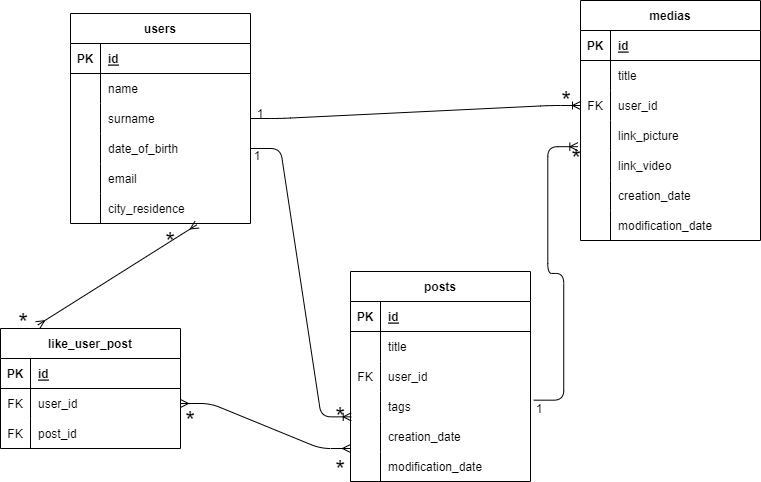
danieledisco/social-platform keeps this draw.io diagram as schema.png. Above is the earlier version. Source tidied: cells renumbered, new cells last; positions are measured from the earlier drawing's top-left corner, leaving out a move shared by most shapes.
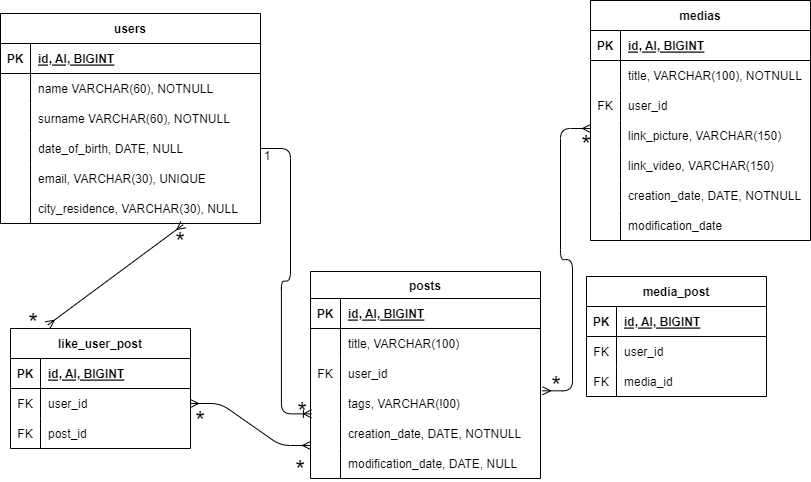
After the commit.

Diff of the diagram source:
```diff
@@ -5,6 +5,6 @@
     <mxCell id="2" value="users" style="shape=table;startSize=30;rowLines=0;fontStyle=1;align=center;" parent="1" vertex="1">
-      <mxGeometry x="70" y="13" width="180" height="210" as="geometry" />
+      <mxGeometry x="-10" y="13" width="260" height="210" as="geometry" />
     </mxCell>
     <mxCell id="3" style="shape=tableRow;horizontal=0;startSize=0;swimlaneHead=0;swimlaneBody=0;fillColor=none;top=0;left=0;right=0;bottom=1;" parent="2" vertex="1">
-      <mxGeometry y="30" width="180" height="30" as="geometry" />
+      <mxGeometry y="30" width="260" height="30" as="geometry" />
     </mxCell>
@@ -13,7 +13,7 @@
     </mxCell>
-    <mxCell id="5" value="id" style="shape=partialRectangle;fillColor=none;top=0;left=0;bottom=0;right=0;align=left;spacingLeft=6;fontStyle=5;overflow=hidden;" parent="3" vertex="1">
-      <mxGeometry x="30" width="150" height="30" as="geometry" />
+    <mxCell id="5" value="id, AI, BIGINT" style="shape=partialRectangle;fillColor=none;top=0;left=0;bottom=0;right=0;align=left;spacingLeft=6;fontStyle=5;overflow=hidden;" parent="3" vertex="1">
+      <mxGeometry x="30" width="230" height="30" as="geometry" />
     </mxCell>
     <mxCell id="6" style="shape=tableRow;horizontal=0;startSize=0;swimlaneHead=0;swimlaneBody=0;fillColor=none;top=0;left=0;right=0;bottom=0;" parent="2" vertex="1">
-      <mxGeometry y="60" width="180" height="30" as="geometry" />
+      <mxGeometry y="60" width="260" height="30" as="geometry" />
     </mxCell>
@@ -22,7 +22,7 @@
     </mxCell>
-    <mxCell id="8" value="name" style="shape=partialRectangle;fillColor=none;top=0;left=0;bottom=0;right=0;align=left;spacingLeft=6;overflow=hidden;" parent="6" vertex="1">
-      <mxGeometry x="30" width="150" height="30" as="geometry" />
+    <mxCell id="8" value="name VARCHAR(60), NOTNULL" style="shape=partialRectangle;fillColor=none;top=0;left=0;bottom=0;right=0;align=left;spacingLeft=6;overflow=hidden;" parent="6" vertex="1">
+      <mxGeometry x="30" width="230" height="30" as="geometry" />
     </mxCell>
     <mxCell id="9" style="shape=tableRow;horizontal=0;startSize=0;swimlaneHead=0;swimlaneBody=0;fillColor=none;points=[[0,0.5],[1,0.5]];portConstraint=eastwest;top=0;left=0;right=0;bottom=0;" parent="2" vertex="1">
-      <mxGeometry y="90" width="180" height="30" as="geometry" />
+      <mxGeometry y="90" width="260" height="30" as="geometry" />
     </mxCell>
@@ -31,7 +31,7 @@
     </mxCell>
-    <mxCell id="11" value="surname" style="shape=partialRectangle;fillColor=none;top=0;left=0;bottom=0;right=0;align=left;spacingLeft=6;overflow=hidden;" parent="9" vertex="1">
-      <mxGeometry x="30" width="150" height="30" as="geometry" />
+    <mxCell id="11" value="surname VARCHAR(60), NOTNULL" style="shape=partialRectangle;fillColor=none;top=0;left=0;bottom=0;right=0;align=left;spacingLeft=6;overflow=hidden;" parent="9" vertex="1">
+      <mxGeometry x="30" width="230" height="30" as="geometry" />
     </mxCell>
     <mxCell id="12" style="shape=tableRow;horizontal=0;startSize=0;swimlaneHead=0;swimlaneBody=0;fillColor=none;points=[[0,0.5],[1,0.5]];portConstraint=eastwest;top=0;left=0;right=0;bottom=0;" parent="2" vertex="1">
-      <mxGeometry y="120" width="180" height="30" as="geometry" />
+      <mxGeometry y="120" width="260" height="30" as="geometry" />
     </mxCell>
@@ -40,7 +40,7 @@
     </mxCell>
-    <mxCell id="14" value="date_of_birth" style="shape=partialRectangle;fillColor=none;top=0;left=0;bottom=0;right=0;align=left;spacingLeft=6;overflow=hidden;" parent="12" vertex="1">
-      <mxGeometry x="30" width="150" height="30" as="geometry" />
+    <mxCell id="14" value="date_of_birth, DATE, NULL" style="shape=partialRectangle;fillColor=none;top=0;left=0;bottom=0;right=0;align=left;spacingLeft=6;overflow=hidden;" parent="12" vertex="1">
+      <mxGeometry x="30" width="230" height="30" as="geometry" />
     </mxCell>
     <mxCell id="15" style="shape=tableRow;horizontal=0;startSize=0;swimlaneHead=0;swimlaneBody=0;fillColor=none;top=0;left=0;right=0;bottom=0;" parent="2" vertex="1">
-      <mxGeometry y="150" width="180" height="30" as="geometry" />
+      <mxGeometry y="150" width="260" height="30" as="geometry" />
     </mxCell>
@@ -49,7 +49,7 @@
     </mxCell>
-    <mxCell id="17" value="email" style="shape=partialRectangle;fillColor=none;top=0;left=0;bottom=0;right=0;align=left;spacingLeft=6;overflow=hidden;" parent="15" vertex="1">
-      <mxGeometry x="30" width="150" height="30" as="geometry" />
+    <mxCell id="17" value="email, VARCHAR(30), UNIQUE" style="shape=partialRectangle;fillColor=none;top=0;left=0;bottom=0;right=0;align=left;spacingLeft=6;overflow=hidden;" parent="15" vertex="1">
+      <mxGeometry x="30" width="230" height="30" as="geometry" />
     </mxCell>
     <mxCell id="18" style="shape=tableRow;horizontal=0;startSize=0;swimlaneHead=0;swimlaneBody=0;fillColor=none;points=[[0,0.5],[1,0.5]];portConstraint=eastwest;top=0;left=0;right=0;bottom=0;" parent="2" vertex="1">
-      <mxGeometry y="180" width="180" height="30" as="geometry" />
+      <mxGeometry y="180" width="260" height="30" as="geometry" />
     </mxCell>
@@ -58,10 +58,10 @@
     </mxCell>
-    <mxCell id="20" value="city_residence" style="shape=partialRectangle;fillColor=none;top=0;left=0;bottom=0;right=0;align=left;spacingLeft=6;overflow=hidden;" parent="18" vertex="1">
-      <mxGeometry x="30" width="150" height="30" as="geometry" />
+    <mxCell id="20" value="city_residence, VARCHAR(30), NULL" style="shape=partialRectangle;fillColor=none;top=0;left=0;bottom=0;right=0;align=left;spacingLeft=6;overflow=hidden;" parent="18" vertex="1">
+      <mxGeometry x="30" width="230" height="30" as="geometry" />
     </mxCell>
-    <mxCell id="21" value="posts" style="shape=table;startSize=30;rowLines=0;fontStyle=1;align=center;" parent="1" vertex="1">
-      <mxGeometry x="350" y="271" width="180" height="210" as="geometry" />
+    <mxCell id="21" value="posts" style="shape=table;startSize=27;rowLines=0;fontStyle=1;align=center;" parent="1" vertex="1">
+      <mxGeometry x="300" y="271" width="230" height="207" as="geometry" />
     </mxCell>
     <mxCell id="22" style="shape=tableRow;horizontal=0;startSize=0;swimlaneHead=0;swimlaneBody=0;fillColor=none;top=0;left=0;right=0;bottom=1;" parent="21" vertex="1">
-      <mxGeometry y="30" width="180" height="30" as="geometry" />
+      <mxGeometry y="27" width="230" height="30" as="geometry" />
     </mxCell>
@@ -70,7 +70,7 @@
     </mxCell>
-    <mxCell id="24" value="id" style="shape=partialRectangle;fillColor=none;top=0;left=0;bottom=0;right=0;align=left;spacingLeft=6;fontStyle=5;overflow=hidden;" parent="22" vertex="1">
-      <mxGeometry x="30" width="150" height="30" as="geometry" />
+    <mxCell id="24" value="id, AI, BIGINT" style="shape=partialRectangle;fillColor=none;top=0;left=0;bottom=0;right=0;align=left;spacingLeft=6;fontStyle=5;overflow=hidden;" parent="22" vertex="1">
+      <mxGeometry x="30" width="200" height="30" as="geometry" />
     </mxCell>
     <mxCell id="25" style="shape=tableRow;horizontal=0;startSize=0;swimlaneHead=0;swimlaneBody=0;fillColor=none;top=0;left=0;right=0;bottom=0;" parent="21" vertex="1">
-      <mxGeometry y="60" width="180" height="30" as="geometry" />
+      <mxGeometry y="57" width="230" height="30" as="geometry" />
     </mxCell>
@@ -79,7 +79,7 @@
     </mxCell>
-    <mxCell id="27" value="title" style="shape=partialRectangle;fillColor=none;top=0;left=0;bottom=0;right=0;align=left;spacingLeft=6;overflow=hidden;" parent="25" vertex="1">
-      <mxGeometry x="30" width="150" height="30" as="geometry" />
+    <mxCell id="27" value="title, VARCHAR(100)" style="shape=partialRectangle;fillColor=none;top=0;left=0;bottom=0;right=0;align=left;spacingLeft=6;overflow=hidden;" parent="25" vertex="1">
+      <mxGeometry x="30" width="200" height="30" as="geometry" />
     </mxCell>
     <mxCell id="28" style="shape=tableRow;horizontal=0;startSize=0;swimlaneHead=0;swimlaneBody=0;fillColor=none;top=0;left=0;right=0;bottom=0;" parent="21" vertex="1">
-      <mxGeometry y="90" width="180" height="30" as="geometry" />
+      <mxGeometry y="87" width="230" height="30" as="geometry" />
     </mxCell>
@@ -89,6 +89,6 @@
     <mxCell id="30" value="user_id" style="shape=partialRectangle;fillColor=none;top=0;left=0;bottom=0;right=0;align=left;spacingLeft=6;overflow=hidden;" parent="28" vertex="1">
-      <mxGeometry x="30" width="150" height="30" as="geometry" />
+      <mxGeometry x="30" width="200" height="30" as="geometry" />
     </mxCell>
     <mxCell id="31" style="shape=tableRow;horizontal=0;startSize=0;swimlaneHead=0;swimlaneBody=0;fillColor=none;points=[[0,0.5],[1,0.5]];portConstraint=eastwest;top=0;left=0;right=0;bottom=0;" parent="21" vertex="1">
-      <mxGeometry y="120" width="180" height="30" as="geometry" />
+      <mxGeometry y="117" width="230" height="30" as="geometry" />
     </mxCell>
@@ -97,7 +97,7 @@
     </mxCell>
-    <mxCell id="33" value="tags" style="shape=partialRectangle;fillColor=none;top=0;left=0;bottom=0;right=0;align=left;spacingLeft=6;overflow=hidden;" parent="31" vertex="1">
-      <mxGeometry x="30" width="150" height="30" as="geometry" />
+    <mxCell id="33" value="tags, VARCHAR(!00)" style="shape=partialRectangle;fillColor=none;top=0;left=0;bottom=0;right=0;align=left;spacingLeft=6;overflow=hidden;" parent="31" vertex="1">
+      <mxGeometry x="30" width="200" height="30" as="geometry" />
     </mxCell>
     <mxCell id="34" style="shape=tableRow;horizontal=0;startSize=0;swimlaneHead=0;swimlaneBody=0;fillColor=none;points=[[0,0.5],[1,0.5]];portConstraint=eastwest;top=0;left=0;right=0;bottom=0;" parent="21" vertex="1">
-      <mxGeometry y="150" width="180" height="30" as="geometry" />
+      <mxGeometry y="147" width="230" height="30" as="geometry" />
     </mxCell>
@@ -106,7 +106,7 @@
     </mxCell>
-    <mxCell id="36" value="creation_date" style="shape=partialRectangle;fillColor=none;top=0;left=0;bottom=0;right=0;align=left;spacingLeft=6;overflow=hidden;" parent="34" vertex="1">
-      <mxGeometry x="30" width="150" height="30" as="geometry" />
+    <mxCell id="36" value="creation_date, DATE, NOTNULL" style="shape=partialRectangle;fillColor=none;top=0;left=0;bottom=0;right=0;align=left;spacingLeft=6;overflow=hidden;" parent="34" vertex="1">
+      <mxGeometry x="30" width="200" height="30" as="geometry" />
     </mxCell>
     <mxCell id="37" style="shape=tableRow;horizontal=0;startSize=0;swimlaneHead=0;swimlaneBody=0;fillColor=none;top=0;left=0;right=0;bottom=0;" parent="21" vertex="1">
-      <mxGeometry y="180" width="180" height="30" as="geometry" />
+      <mxGeometry y="177" width="230" height="30" as="geometry" />
     </mxCell>
@@ -115,10 +115,10 @@
     </mxCell>
-    <mxCell id="39" value="modification_date" style="shape=partialRectangle;fillColor=none;top=0;left=0;bottom=0;right=0;align=left;spacingLeft=6;overflow=hidden;" parent="37" vertex="1">
-      <mxGeometry x="30" width="150" height="30" as="geometry" />
+    <mxCell id="39" value="modification_date, DATE, NULL" style="shape=partialRectangle;fillColor=none;top=0;left=0;bottom=0;right=0;align=left;spacingLeft=6;overflow=hidden;" parent="37" vertex="1">
+      <mxGeometry x="30" width="200" height="30" as="geometry" />
     </mxCell>
     <mxCell id="40" value="medias" style="shape=table;startSize=30;rowLines=0;fontStyle=1;align=center;" parent="1" vertex="1">
-      <mxGeometry x="580" width="180" height="240" as="geometry" />
+      <mxGeometry x="580" width="220" height="240" as="geometry" />
     </mxCell>
     <mxCell id="41" style="shape=tableRow;horizontal=0;startSize=0;swimlaneHead=0;swimlaneBody=0;fillColor=none;top=0;left=0;right=0;bottom=1;" parent="40" vertex="1">
-      <mxGeometry y="30" width="180" height="30" as="geometry" />
+      <mxGeometry y="30" width="220" height="30" as="geometry" />
     </mxCell>
@@ -127,7 +127,7 @@
     </mxCell>
-    <mxCell id="43" value="id" style="shape=partialRectangle;fillColor=none;top=0;left=0;bottom=0;right=0;align=left;spacingLeft=6;fontStyle=5;overflow=hidden;" parent="41" vertex="1">
-      <mxGeometry x="30" width="150" height="30" as="geometry" />
+    <mxCell id="43" value="id, AI, BIGINT" style="shape=partialRectangle;fillColor=none;top=0;left=0;bottom=0;right=0;align=left;spacingLeft=6;fontStyle=5;overflow=hidden;" parent="41" vertex="1">
+      <mxGeometry x="30" width="190" height="30" as="geometry" />
     </mxCell>
     <mxCell id="44" style="shape=tableRow;horizontal=0;startSize=0;swimlaneHead=0;swimlaneBody=0;fillColor=none;top=0;left=0;right=0;bottom=0;" parent="40" vertex="1">
-      <mxGeometry y="60" width="180" height="30" as="geometry" />
+      <mxGeometry y="60" width="220" height="30" as="geometry" />
     </mxCell>
@@ -136,7 +136,7 @@
     </mxCell>
-    <mxCell id="46" value="title" style="shape=partialRectangle;fillColor=none;top=0;left=0;bottom=0;right=0;align=left;spacingLeft=6;overflow=hidden;" parent="44" vertex="1">
-      <mxGeometry x="30" width="150" height="30" as="geometry" />
+    <mxCell id="46" value="title, VARCHAR(100), NOTNULL" style="shape=partialRectangle;fillColor=none;top=0;left=0;bottom=0;right=0;align=left;spacingLeft=6;overflow=hidden;" parent="44" vertex="1">
+      <mxGeometry x="30" width="190" height="30" as="geometry" />
     </mxCell>
     <mxCell id="47" style="shape=tableRow;horizontal=0;startSize=0;swimlaneHead=0;swimlaneBody=0;fillColor=none;points=[[0,0.5],[1,0.5]];portConstraint=eastwest;top=0;left=0;right=0;bottom=0;" parent="40" vertex="1">
-      <mxGeometry y="90" width="180" height="30" as="geometry" />
+      <mxGeometry y="90" width="220" height="30" as="geometry" />
     </mxCell>
@@ -146,6 +146,6 @@
     <mxCell id="49" value="user_id" style="shape=partialRectangle;fillColor=none;top=0;left=0;bottom=0;right=0;align=left;spacingLeft=6;overflow=hidden;" parent="47" vertex="1">
-      <mxGeometry x="30" width="150" height="30" as="geometry" />
+      <mxGeometry x="30" width="190" height="30" as="geometry" />
     </mxCell>
     <mxCell id="50" style="shape=tableRow;horizontal=0;startSize=0;swimlaneHead=0;swimlaneBody=0;fillColor=none;top=0;left=0;right=0;bottom=0;" parent="40" vertex="1">
-      <mxGeometry y="120" width="180" height="30" as="geometry" />
+      <mxGeometry y="120" width="220" height="30" as="geometry" />
     </mxCell>
@@ -154,7 +154,7 @@
     </mxCell>
-    <mxCell id="52" value="link_picture" style="shape=partialRectangle;fillColor=none;top=0;left=0;bottom=0;right=0;align=left;spacingLeft=6;overflow=hidden;" parent="50" vertex="1">
-      <mxGeometry x="30" width="150" height="30" as="geometry" />
+    <mxCell id="52" value="link_picture, VARCHAR(150)" style="shape=partialRectangle;fillColor=none;top=0;left=0;bottom=0;right=0;align=left;spacingLeft=6;overflow=hidden;" parent="50" vertex="1">
+      <mxGeometry x="30" width="190" height="30" as="geometry" />
     </mxCell>
     <mxCell id="53" style="shape=tableRow;horizontal=0;startSize=0;swimlaneHead=0;swimlaneBody=0;fillColor=none;points=[[0,0.5],[1,0.5]];portConstraint=eastwest;top=0;left=0;right=0;bottom=0;" parent="40" vertex="1">
-      <mxGeometry y="150" width="180" height="30" as="geometry" />
+      <mxGeometry y="150" width="220" height="30" as="geometry" />
     </mxCell>
@@ -163,7 +163,7 @@
     </mxCell>
-    <mxCell id="55" value="link_video" style="shape=partialRectangle;fillColor=none;top=0;left=0;bottom=0;right=0;align=left;spacingLeft=6;overflow=hidden;" parent="53" vertex="1">
-      <mxGeometry x="30" width="150" height="30" as="geometry" />
+    <mxCell id="55" value="link_video, VARCHAR(150)" style="shape=partialRectangle;fillColor=none;top=0;left=0;bottom=0;right=0;align=left;spacingLeft=6;overflow=hidden;" parent="53" vertex="1">
+      <mxGeometry x="30" width="190" height="30" as="geometry" />
     </mxCell>
     <mxCell id="56" style="shape=tableRow;horizontal=0;startSize=0;swimlaneHead=0;swimlaneBody=0;fillColor=none;top=0;left=0;right=0;bottom=0;" parent="40" vertex="1">
-      <mxGeometry y="180" width="180" height="30" as="geometry" />
+      <mxGeometry y="180" width="220" height="30" as="geometry" />
     </mxCell>
@@ -172,7 +172,7 @@
     </mxCell>
-    <mxCell id="58" value="creation_date" style="shape=partialRectangle;fillColor=none;top=0;left=0;bottom=0;right=0;align=left;spacingLeft=6;overflow=hidden;" parent="56" vertex="1">
-      <mxGeometry x="30" width="150" height="30" as="geometry" />
+    <mxCell id="58" value="creation_date, DATE, NOTNULL" style="shape=partialRectangle;fillColor=none;top=0;left=0;bottom=0;right=0;align=left;spacingLeft=6;overflow=hidden;" parent="56" vertex="1">
+      <mxGeometry x="30" width="190" height="30" as="geometry" />
     </mxCell>
     <mxCell id="59" style="shape=tableRow;horizontal=0;startSize=0;swimlaneHead=0;swimlaneBody=0;fillColor=none;top=0;left=0;right=0;bottom=0;" parent="40" vertex="1">
-      <mxGeometry y="210" width="180" height="30" as="geometry" />
+      <mxGeometry y="210" width="220" height="30" as="geometry" />
     </mxCell>
@@ -182,3 +182,3 @@
     <mxCell id="61" value="modification_date" style="shape=partialRectangle;fillColor=none;top=0;left=0;bottom=0;right=0;align=left;spacingLeft=6;overflow=hidden;" parent="59" vertex="1">
-      <mxGeometry x="30" width="150" height="30" as="geometry" />
+      <mxGeometry x="30" width="190" height="30" as="geometry" />
     </mxCell>
@@ -187,8 +187,2 @@
     </mxCell>
-    <mxCell id="63" style="edgeStyle=entityRelationEdgeStyle;fontSize=12;html=1;endArrow=ERoneToMany;exitX=1;exitY=0.5;exitDx=0;exitDy=0;entryX=0;entryY=0.5;entryDx=0;entryDy=0;" parent="1" edge="1" source="9" target="47">
-      <mxGeometry relative="1" as="geometry" />
-    </mxCell>
-    <mxCell id="64" style="edgeStyle=entityRelationEdgeStyle;fontSize=12;html=1;endArrow=ERoneToMany;exitX=1.018;exitY=0.289;exitDx=0;exitDy=0;exitPerimeter=0;entryX=-0.015;entryY=-0.127;entryDx=0;entryDy=0;entryPerimeter=0;" parent="1" edge="1" source="31" target="53">
-      <mxGeometry relative="1" as="geometry" />
-    </mxCell>
     <mxCell id="65" style="fontSize=12;html=1;endArrow=ERmany;startArrow=ERmany;strokeColor=default;exitX=0.207;exitY=-0.029;exitDx=0;exitDy=0;exitPerimeter=0;entryX=0.703;entryY=1.039;entryDx=0;entryDy=0;entryPerimeter=0;" parent="1" edge="1" source="69" target="18">
@@ -199,5 +193,2 @@
     </mxCell>
-    <mxCell id="67" value="1" style="text;strokeColor=none;fillColor=none;spacingLeft=4;spacingRight=4;overflow=hidden;fontSize=12;align=center;verticalAlign=middle;" parent="1" vertex="1">
-      <mxGeometry x="240" y="98" width="40" height="30" as="geometry" />
-    </mxCell>
     <mxCell id="68" value="1" style="text;strokeColor=none;fillColor=none;spacingLeft=4;spacingRight=4;overflow=hidden;fontSize=12;align=center;verticalAlign=middle;" parent="1" vertex="1">
@@ -214,3 +205,3 @@
     </mxCell>
-    <mxCell id="72" value="id" style="shape=partialRectangle;fillColor=none;top=0;left=0;bottom=0;right=0;align=left;spacingLeft=6;fontStyle=5;overflow=hidden;" parent="70" vertex="1">
+    <mxCell id="72" value="id, AI, BIGINT" style="shape=partialRectangle;fillColor=none;top=0;left=0;bottom=0;right=0;align=left;spacingLeft=6;fontStyle=5;overflow=hidden;" parent="70" vertex="1">
       <mxGeometry x="30" width="150" height="30" as="geometry" />
@@ -235,13 +226,10 @@
     </mxCell>
-    <mxCell id="79" value="*" style="text;strokeColor=none;fillColor=none;spacingLeft=4;spacingRight=4;overflow=hidden;fontSize=25;align=center;verticalAlign=middle;" parent="1" vertex="1">
-      <mxGeometry x="546" y="82" width="40" height="30" as="geometry" />
-    </mxCell>
     <mxCell id="80" value="*" style="text;strokeColor=none;fillColor=none;spacingLeft=4;spacingRight=4;overflow=hidden;fontSize=25;align=center;verticalAlign=middle;" parent="1" vertex="1">
-      <mxGeometry x="556" y="140" width="40" height="30" as="geometry" />
+      <mxGeometry x="556" y="126" width="40" height="30" as="geometry" />
     </mxCell>
     <mxCell id="81" value="*" style="text;strokeColor=none;fillColor=none;spacingLeft=4;spacingRight=4;overflow=hidden;fontSize=25;align=center;verticalAlign=middle;" parent="1" vertex="1">
-      <mxGeometry x="320" y="451" width="40" height="30" as="geometry" />
+      <mxGeometry x="270" y="451" width="40" height="30" as="geometry" />
     </mxCell>
     <mxCell id="82" value="*" style="text;strokeColor=none;fillColor=none;spacingLeft=4;spacingRight=4;overflow=hidden;fontSize=25;align=center;verticalAlign=middle;" parent="1" vertex="1">
-      <mxGeometry x="320" y="398" width="40" height="30" as="geometry" />
+      <mxGeometry x="272" y="393" width="40" height="30" as="geometry" />
     </mxCell>
@@ -256,5 +244,41 @@
     </mxCell>
-    <mxCell id="86" value="1" style="text;strokeColor=none;fillColor=none;spacingLeft=4;spacingRight=4;overflow=hidden;fontSize=12;align=center;verticalAlign=middle;" parent="1" vertex="1">
-      <mxGeometry x="519" y="393" width="40" height="30" as="geometry" />
-    </mxCell>
+    <mxCell id="87" style="edgeStyle=entityRelationEdgeStyle;fontSize=12;html=1;endArrow=ERmany;startArrow=ERmany;exitX=0.325;exitY=-0.089;exitDx=0;exitDy=0;exitPerimeter=0;" parent="1" edge="1">
+      <mxGeometry relative="1" as="geometry">
+        <mxPoint x="532" y="390.3" as="sourcePoint" />
+        <mxPoint x="580" y="128" as="targetPoint" />
+      </mxGeometry>
+    </mxCell>
+    <mxCell id="79" value="*" style="text;strokeColor=none;fillColor=none;spacingLeft=4;spacingRight=4;overflow=hidden;fontSize=25;align=center;verticalAlign=middle;" parent="1" vertex="1">
+      <mxGeometry x="526" y="367" width="40" height="30" as="geometry" />
+    </mxCell>
+    <mxCell id="88" value="media_post" style="shape=table;startSize=30;rowLines=0;fontStyle=1;align=center;" parent="1" vertex="1">
+      <mxGeometry x="576" y="276" width="180" height="120" as="geometry" />
+    </mxCell>
+    <mxCell id="89" style="shape=tableRow;horizontal=0;startSize=0;swimlaneHead=0;swimlaneBody=0;fillColor=none;top=0;left=0;right=0;bottom=1;" parent="88" vertex="1">
+      <mxGeometry y="30" width="180" height="30" as="geometry" />
+    </mxCell>
+    <mxCell id="90" value="PK" style="shape=partialRectangle;fillColor=none;top=0;left=0;bottom=0;right=0;fontStyle=1;overflow=hidden;" parent="89" vertex="1">
+      <mxGeometry width="30" height="30" as="geometry" />
+    </mxCell>
+    <mxCell id="91" value="id, AI, BIGINT" style="shape=partialRectangle;fillColor=none;top=0;left=0;bottom=0;right=0;align=left;spacingLeft=6;fontStyle=5;overflow=hidden;" parent="89" vertex="1">
+      <mxGeometry x="30" width="150" height="30" as="geometry" />
+    </mxCell>
+    <mxCell id="92" style="shape=tableRow;horizontal=0;startSize=0;swimlaneHead=0;swimlaneBody=0;fillColor=none;top=0;left=0;right=0;bottom=0;" parent="88" vertex="1">
+      <mxGeometry y="60" width="180" height="30" as="geometry" />
+    </mxCell>
+    <mxCell id="93" value="FK" style="shape=partialRectangle;fillColor=none;top=0;left=0;bottom=0;right=0;overflow=hidden;" parent="92" vertex="1">
+      <mxGeometry width="30" height="30" as="geometry" />
+    </mxCell>
+    <mxCell id="94" value="user_id" style="shape=partialRectangle;fillColor=none;top=0;left=0;bottom=0;right=0;align=left;spacingLeft=6;overflow=hidden;" parent="92" vertex="1">
+      <mxGeometry x="30" width="150" height="30" as="geometry" />
+    </mxCell>
+    <mxCell id="95" style="shape=tableRow;horizontal=0;startSize=0;swimlaneHead=0;swimlaneBody=0;fillColor=none;top=0;left=0;right=0;bottom=0;" parent="88" vertex="1">
+      <mxGeometry y="90" width="180" height="30" as="geometry" />
+    </mxCell>
+    <mxCell id="96" value="FK" style="shape=partialRectangle;fillColor=none;top=0;left=0;bottom=0;right=0;overflow=hidden;" parent="95" vertex="1">
+      <mxGeometry width="30" height="30" as="geometry" />
+    </mxCell>
+    <mxCell id="97" value="media_id" style="shape=partialRectangle;fillColor=none;top=0;left=0;bottom=0;right=0;align=left;spacingLeft=6;overflow=hidden;" parent="95" vertex="1">
+      <mxGeometry x="30" width="150" height="30" as="geometry" />
+    </mxCell>
   </root>
```
